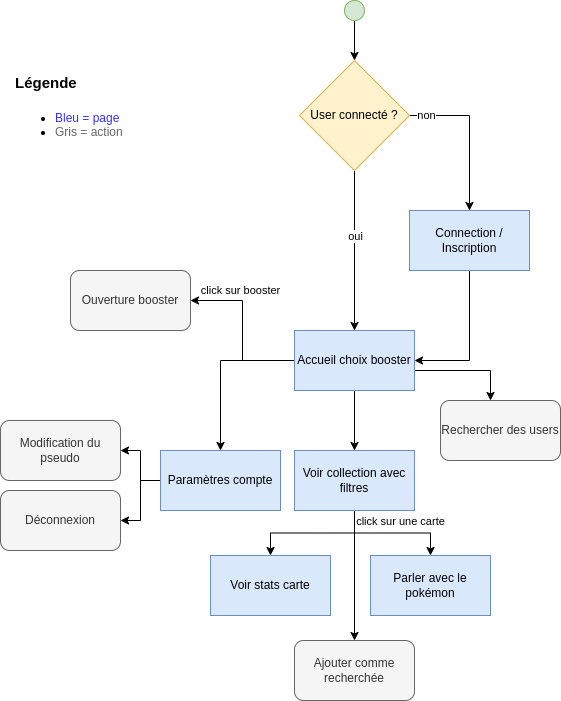
Before: commun/Plan-app.drawio.png, a diagram exported from draw.io (PolLamothe/Pokapi). Source tidied: cells renumbered, new cells last; positions are measured from the earlier drawing's top-left corner, leaving out a move shared by most shapes. Source of this version:
```xml
<mxGraphModel>
  <root>
    <mxCell id="0" />
    <mxCell id="1" parent="0" />
    <mxCell id="2" style="edgeStyle=orthogonalEdgeStyle;rounded=0;jettySize=auto;html=1;entryX=1;entryY=0.5;entryDx=0;entryDy=0;" parent="1" edge="1" source="3" target="14">
      <mxGeometry relative="1" as="geometry" />
    </mxCell>
    <mxCell id="3" value="Connection / Inscription" style="rounded=0;whiteSpace=wrap;html=1;fillColor=#dae8fc;strokeColor=#6c8ebf;" parent="1" vertex="1">
      <mxGeometry x="409" y="210" width="120" height="60" as="geometry" />
    </mxCell>
    <mxCell id="4" style="edgeStyle=orthogonalEdgeStyle;rounded=0;jettySize=auto;html=1;entryX=0.5;entryY=0;entryDx=0;entryDy=0;" parent="1" edge="1" source="8" target="3">
      <mxGeometry relative="1" as="geometry">
        <Array as="points">
          <mxPoint x="469" y="115" />
        </Array>
      </mxGeometry>
    </mxCell>
    <mxCell id="5" value="non" style="edgeLabel;html=1;align=center;verticalAlign=middle;" parent="4" vertex="1">
      <mxGeometry x="-0.78" relative="1" as="geometry" />
    </mxCell>
    <mxCell id="6" style="edgeStyle=orthogonalEdgeStyle;rounded=0;jettySize=auto;html=1;" parent="1" edge="1" source="8" target="14">
      <mxGeometry relative="1" as="geometry" />
    </mxCell>
    <mxCell id="7" value="oui" style="edgeLabel;html=1;align=center;verticalAlign=middle;" parent="6" vertex="1">
      <mxGeometry x="-0.17" y="1" relative="1" as="geometry" />
    </mxCell>
    <mxCell id="8" value="User connecté ?" style="rhombus;whiteSpace=wrap;html=1;fillColor=#fff2cc;strokeColor=#d6b656;" parent="1" vertex="1">
      <mxGeometry x="299" y="60" width="110" height="110" as="geometry" />
    </mxCell>
    <mxCell id="9" style="edgeStyle=orthogonalEdgeStyle;rounded=0;jettySize=auto;html=1;" parent="1" edge="1" source="14" target="19">
      <mxGeometry relative="1" as="geometry" />
    </mxCell>
    <mxCell id="10" style="edgeStyle=orthogonalEdgeStyle;rounded=0;jettySize=auto;html=1;entryX=0.5;entryY=0;entryDx=0;entryDy=0;" parent="1" edge="1" source="14" target="24">
      <mxGeometry relative="1" as="geometry" />
    </mxCell>
    <mxCell id="11" style="edgeStyle=orthogonalEdgeStyle;rounded=0;jettySize=auto;html=1;" parent="1" edge="1" source="14" target="25">
      <mxGeometry relative="1" as="geometry">
        <Array as="points">
          <mxPoint x="490" y="370" />
        </Array>
      </mxGeometry>
    </mxCell>
    <mxCell id="12" style="edgeStyle=orthogonalEdgeStyle;rounded=0;jettySize=auto;html=1;entryX=1;entryY=0.5;entryDx=0;entryDy=0;" parent="1" edge="1" source="14" target="30">
      <mxGeometry relative="1" as="geometry" />
    </mxCell>
    <mxCell id="13" value="click sur booster" style="edgeLabel;html=1;align=center;verticalAlign=middle;" parent="12" vertex="1">
      <mxGeometry x="-0.77" y="1" relative="1" as="geometry">
        <mxPoint x="-35" y="-71" as="offset" />
      </mxGeometry>
    </mxCell>
    <mxCell id="14" value="Accueil choix booster" style="rounded=0;whiteSpace=wrap;html=1;fillColor=#dae8fc;strokeColor=#6c8ebf;" parent="1" vertex="1">
      <mxGeometry x="294" y="330" width="120" height="60" as="geometry" />
    </mxCell>
    <mxCell id="15" style="edgeStyle=orthogonalEdgeStyle;rounded=0;jettySize=auto;html=1;entryX=0.5;entryY=0;entryDx=0;entryDy=0;" parent="1" edge="1" source="16" target="8">
      <mxGeometry relative="1" as="geometry" />
    </mxCell>
    <mxCell id="16" style="ellipse;whiteSpace=wrap;html=1;fillColor=#d5e8d4;strokeColor=#82b366;" parent="1" vertex="1">
      <mxGeometry x="344" width="20" height="20" as="geometry" />
    </mxCell>
    <mxCell id="17" style="edgeStyle=orthogonalEdgeStyle;rounded=0;jettySize=auto;html=1;" parent="1" edge="1" source="19" target="29">
      <mxGeometry relative="1" as="geometry" />
    </mxCell>
    <mxCell id="18" style="edgeStyle=orthogonalEdgeStyle;rounded=0;jettySize=auto;html=1;entryX=1;entryY=0.5;entryDx=0;entryDy=0;" parent="1" edge="1" source="19" target="31">
      <mxGeometry relative="1" as="geometry" />
    </mxCell>
    <mxCell id="19" value="Paramètres compte" style="rounded=0;whiteSpace=wrap;html=1;fillColor=#dae8fc;strokeColor=#6c8ebf;" parent="1" vertex="1">
      <mxGeometry x="160" y="450" width="120" height="60" as="geometry" />
    </mxCell>
    <mxCell id="20" style="edgeStyle=orthogonalEdgeStyle;rounded=0;jettySize=auto;html=1;" parent="1" edge="1" source="24" target="26">
      <mxGeometry relative="1" as="geometry" />
    </mxCell>
    <mxCell id="21" value="click sur une carte" style="edgeLabel;html=1;align=center;verticalAlign=middle;" parent="20" vertex="1">
      <mxGeometry x="-0.43" y="-1" relative="1" as="geometry">
        <mxPoint x="60" y="-11" as="offset" />
      </mxGeometry>
    </mxCell>
    <mxCell id="22" style="edgeStyle=orthogonalEdgeStyle;rounded=0;jettySize=auto;html=1;" parent="1" edge="1" source="24" target="27">
      <mxGeometry relative="1" as="geometry" />
    </mxCell>
    <mxCell id="23" style="edgeStyle=orthogonalEdgeStyle;rounded=0;jettySize=auto;html=1;" parent="1" edge="1" source="24" target="28">
      <mxGeometry relative="1" as="geometry" />
    </mxCell>
    <mxCell id="24" value="Voir collection avec filtres" style="rounded=0;whiteSpace=wrap;html=1;fillColor=#dae8fc;strokeColor=#6c8ebf;" parent="1" vertex="1">
      <mxGeometry x="294" y="450" width="120" height="60" as="geometry" />
    </mxCell>
    <mxCell id="25" value="Rechercher des users" style="rounded=1;whiteSpace=wrap;html=1;fillColor=#f5f5f5;fontColor=#333333;strokeColor=#666666;" parent="1" vertex="1">
      <mxGeometry x="440" y="400" width="120" height="60" as="geometry" />
    </mxCell>
    <mxCell id="26" value="Voir stats carte" style="rounded=0;whiteSpace=wrap;html=1;fillColor=#dae8fc;strokeColor=#6c8ebf;" parent="1" vertex="1">
      <mxGeometry x="210" y="555" width="120" height="60" as="geometry" />
    </mxCell>
    <mxCell id="27" value="Ajouter comme recherchée" style="rounded=1;whiteSpace=wrap;html=1;fillColor=#f5f5f5;fontColor=#333333;strokeColor=#666666;" parent="1" vertex="1">
      <mxGeometry x="294" y="640" width="120" height="60" as="geometry" />
    </mxCell>
    <mxCell id="28" value="Parler avec le pokémon" style="rounded=0;whiteSpace=wrap;html=1;fillColor=#dae8fc;strokeColor=#6c8ebf;" parent="1" vertex="1">
      <mxGeometry x="370" y="555" width="120" height="60" as="geometry" />
    </mxCell>
    <mxCell id="29" value="Modification du pseudo" style="whiteSpace=wrap;html=1;rounded=1;fillColor=#f5f5f5;fontColor=#333333;strokeColor=#666666;" parent="1" vertex="1">
      <mxGeometry y="420" width="120" height="60" as="geometry" />
    </mxCell>
    <mxCell id="30" value="Ouverture booster" style="whiteSpace=wrap;html=1;rounded=1;fillColor=#f5f5f5;fontColor=#333333;strokeColor=#666666;" parent="1" vertex="1">
      <mxGeometry x="70" y="270" width="120" height="60" as="geometry" />
    </mxCell>
    <mxCell id="31" value="Déconnexion" style="whiteSpace=wrap;html=1;rounded=1;fillColor=#f5f5f5;fontColor=#333333;strokeColor=#666666;" parent="1" vertex="1">
      <mxGeometry y="490" width="120" height="60" as="geometry" />
    </mxCell>
    <mxCell id="32" value="&lt;h1&gt;&lt;font style=&quot;font-size: 15px;&quot;&gt;Légende&lt;/font&gt;&lt;/h1&gt;&lt;p&gt;&lt;/p&gt;&lt;ul&gt;&lt;li&gt;&lt;font color=&quot;#3333ff&quot;&gt;Bleu = page&lt;/font&gt;&lt;/li&gt;&lt;li&gt;&lt;font color=&quot;#666666&quot;&gt;Gris = action&lt;/font&gt;&lt;/li&gt;&lt;/ul&gt;&lt;p&gt;&lt;/p&gt;" style="text;html=1;strokeColor=none;fillColor=none;spacing=5;spacingTop=-20;whiteSpace=wrap;overflow=hidden;rounded=0;" parent="1" vertex="1">
      <mxGeometry x="10" y="60" width="190" height="120" as="geometry" />
    </mxCell>
  </root>
</mxGraphModel>
```
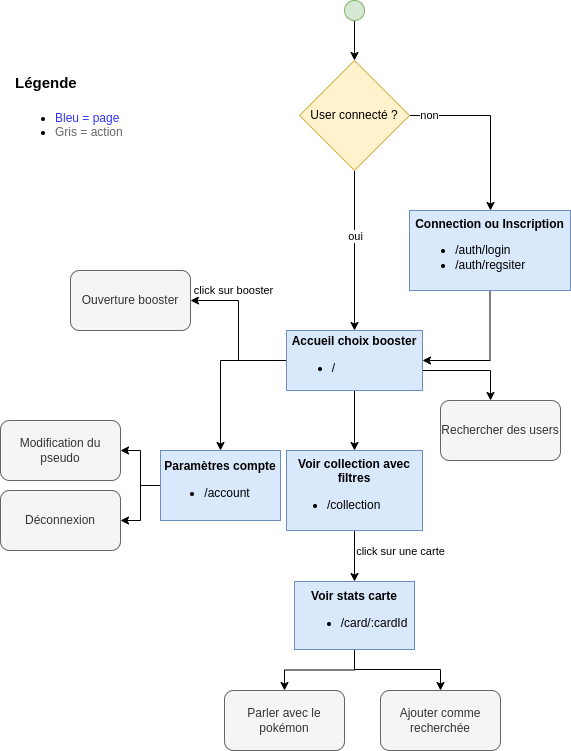
Above is the later version.

Change to the diagram source:
```diff
@@ -5,13 +5,14 @@
     <mxCell id="2" style="edgeStyle=orthogonalEdgeStyle;rounded=0;jettySize=auto;html=1;entryX=1;entryY=0.5;entryDx=0;entryDy=0;" parent="1" edge="1" source="3" target="14">
       <mxGeometry relative="1" as="geometry" />
     </mxCell>
-    <mxCell id="3" value="Connection / Inscription" style="rounded=0;whiteSpace=wrap;html=1;fillColor=#dae8fc;strokeColor=#6c8ebf;" parent="1" vertex="1">
-      <mxGeometry x="409" y="210" width="120" height="60" as="geometry" />
+    <mxCell id="3" value="&lt;b&gt;Connection ou Inscription&lt;br&gt;&lt;/b&gt;&lt;ul&gt;&lt;li style=&quot;text-align: left;&quot;&gt;/auth/login&lt;/li&gt;&lt;li style=&quot;text-align: left;&quot;&gt;/auth/regsiter&lt;/li&gt;&lt;/ul&gt;" style="rounded=0;whiteSpace=wrap;html=1;fillColor=#dae8fc;strokeColor=#6c8ebf;" parent="1" vertex="1">
+      <mxGeometry x="409" y="210" width="161" height="80" as="geometry" />
     </mxCell>
     <mxCell id="4" style="edgeStyle=orthogonalEdgeStyle;rounded=0;jettySize=auto;html=1;entryX=0.5;entryY=0;entryDx=0;entryDy=0;" parent="1" edge="1" source="8" target="3">
       <mxGeometry relative="1" as="geometry">
         <Array as="points">
-          <mxPoint x="469" y="115" />
+          <mxPoint x="490" y="115" />
+          <mxPoint x="490" y="210" />
         </Array>
       </mxGeometry>
     </mxCell>
@@ -30,9 +31,6 @@
     <mxCell id="9" style="edgeStyle=orthogonalEdgeStyle;rounded=0;jettySize=auto;html=1;" parent="1" edge="1" source="14" target="19">
       <mxGeometry relative="1" as="geometry" />
     </mxCell>
-    <mxCell id="10" style="edgeStyle=orthogonalEdgeStyle;rounded=0;jettySize=auto;html=1;entryX=0.5;entryY=0;entryDx=0;entryDy=0;" parent="1" edge="1" source="14" target="24">
-      <mxGeometry relative="1" as="geometry" />
-    </mxCell>
     <mxCell id="11" style="edgeStyle=orthogonalEdgeStyle;rounded=0;jettySize=auto;html=1;" parent="1" edge="1" source="14" target="25">
       <mxGeometry relative="1" as="geometry">
         <Array as="points">
@@ -48,8 +46,11 @@
         <mxPoint x="-35" y="-71" as="offset" />
       </mxGeometry>
     </mxCell>
+    <mxCell id="10" style="edgeStyle=orthogonalEdgeStyle;rounded=0;jettySize=auto;html=1;" parent="1" edge="1" source="14" target="24">
+      <mxGeometry relative="1" as="geometry" />
+    </mxCell>
-    <mxCell id="14" value="Accueil choix booster" style="rounded=0;whiteSpace=wrap;html=1;fillColor=#dae8fc;strokeColor=#6c8ebf;" parent="1" vertex="1">
-      <mxGeometry x="294" y="330" width="120" height="60" as="geometry" />
+    <mxCell id="14" value="&lt;b&gt;Accueil choix booster&lt;br&gt;&lt;/b&gt;&lt;ul&gt;&lt;li style=&quot;text-align: left;&quot;&gt;/&lt;/li&gt;&lt;/ul&gt;" style="rounded=0;whiteSpace=wrap;html=1;fillColor=#dae8fc;strokeColor=#6c8ebf;" parent="1" vertex="1">
+      <mxGeometry x="286" y="330" width="136" height="60" as="geometry" />
     </mxCell>
     <mxCell id="15" style="edgeStyle=orthogonalEdgeStyle;rounded=0;jettySize=auto;html=1;entryX=0.5;entryY=0;entryDx=0;entryDy=0;" parent="1" edge="1" source="16" target="8">
       <mxGeometry relative="1" as="geometry" />
@@ -63,37 +64,42 @@
     <mxCell id="18" style="edgeStyle=orthogonalEdgeStyle;rounded=0;jettySize=auto;html=1;entryX=1;entryY=0.5;entryDx=0;entryDy=0;" parent="1" edge="1" source="19" target="31">
       <mxGeometry relative="1" as="geometry" />
     </mxCell>
-    <mxCell id="19" value="Paramètres compte" style="rounded=0;whiteSpace=wrap;html=1;fillColor=#dae8fc;strokeColor=#6c8ebf;" parent="1" vertex="1">
-      <mxGeometry x="160" y="450" width="120" height="60" as="geometry" />
+    <mxCell id="19" value="&lt;b&gt;Paramètres compte&lt;/b&gt;&lt;br&gt;&lt;ul style=&quot;&quot;&gt;&lt;li style=&quot;text-align: left;&quot;&gt;/account&lt;/li&gt;&lt;/ul&gt;" style="rounded=0;whiteSpace=wrap;html=1;fillColor=#dae8fc;strokeColor=#6c8ebf;" parent="1" vertex="1">
+      <mxGeometry x="160" y="450" width="120" height="70" as="geometry" />
     </mxCell>
     <mxCell id="20" style="edgeStyle=orthogonalEdgeStyle;rounded=0;jettySize=auto;html=1;" parent="1" edge="1" source="24" target="26">
       <mxGeometry relative="1" as="geometry" />
     </mxCell>
     <mxCell id="21" value="click sur une carte" style="edgeLabel;html=1;align=center;verticalAlign=middle;" parent="20" vertex="1">
       <mxGeometry x="-0.43" y="-1" relative="1" as="geometry">
-        <mxPoint x="60" y="-11" as="offset" />
+        <mxPoint x="47" y="6" as="offset" />
       </mxGeometry>
     </mxCell>
-    <mxCell id="22" style="edgeStyle=orthogonalEdgeStyle;rounded=0;jettySize=auto;html=1;" parent="1" edge="1" source="24" target="27">
-      <mxGeometry relative="1" as="geometry" />
-    </mxCell>
-    <mxCell id="23" style="edgeStyle=orthogonalEdgeStyle;rounded=0;jettySize=auto;html=1;" parent="1" edge="1" source="24" target="28">
-      <mxGeometry relative="1" as="geometry" />
-    </mxCell>
-    <mxCell id="24" value="Voir collection avec filtres" style="rounded=0;whiteSpace=wrap;html=1;fillColor=#dae8fc;strokeColor=#6c8ebf;" parent="1" vertex="1">
-      <mxGeometry x="294" y="450" width="120" height="60" as="geometry" />
+    <mxCell id="24" value="&lt;b&gt;Voir collection avec filtres&lt;/b&gt;&lt;br&gt;&lt;ul style=&quot;&quot;&gt;&lt;li style=&quot;text-align: left;&quot;&gt;/collection&lt;/li&gt;&lt;/ul&gt;" style="rounded=0;whiteSpace=wrap;html=1;fillColor=#dae8fc;strokeColor=#6c8ebf;" parent="1" vertex="1">
+      <mxGeometry x="286" y="450" width="136" height="80" as="geometry" />
     </mxCell>
     <mxCell id="25" value="Rechercher des users" style="rounded=1;whiteSpace=wrap;html=1;fillColor=#f5f5f5;fontColor=#333333;strokeColor=#666666;" parent="1" vertex="1">
       <mxGeometry x="440" y="400" width="120" height="60" as="geometry" />
     </mxCell>
+    <mxCell id="33" style="edgeStyle=orthogonalEdgeStyle;rounded=0;jettySize=auto;html=1;" parent="1" edge="1" source="26" target="28">
+      <mxGeometry relative="1" as="geometry" />
+    </mxCell>
+    <mxCell id="34" style="edgeStyle=orthogonalEdgeStyle;rounded=0;jettySize=auto;html=1;" parent="1" edge="1" source="26" target="27">
+      <mxGeometry relative="1" as="geometry">
+        <Array as="points">
+          <mxPoint x="354" y="669" />
+          <mxPoint x="440" y="669" />
+        </Array>
+      </mxGeometry>
+    </mxCell>
-    <mxCell id="26" value="Voir stats carte" style="rounded=0;whiteSpace=wrap;html=1;fillColor=#dae8fc;strokeColor=#6c8ebf;" parent="1" vertex="1">
-      <mxGeometry x="210" y="555" width="120" height="60" as="geometry" />
+    <mxCell id="26" value="&lt;b&gt;Voir stats carte&lt;/b&gt;&lt;br&gt;&lt;ul style=&quot;&quot;&gt;&lt;li style=&quot;text-align: left; border-color: var(--border-color);&quot;&gt;/card/:cardId&lt;/li&gt;&lt;/ul&gt;" style="rounded=0;whiteSpace=wrap;html=1;fillColor=#dae8fc;strokeColor=#6c8ebf;" parent="1" vertex="1">
+      <mxGeometry x="294" y="581" width="120" height="68" as="geometry" />
     </mxCell>
     <mxCell id="27" value="Ajouter comme recherchée" style="rounded=1;whiteSpace=wrap;html=1;fillColor=#f5f5f5;fontColor=#333333;strokeColor=#666666;" parent="1" vertex="1">
-      <mxGeometry x="294" y="640" width="120" height="60" as="geometry" />
+      <mxGeometry x="380" y="690" width="120" height="60" as="geometry" />
     </mxCell>
-    <mxCell id="28" value="Parler avec le pokémon" style="rounded=0;whiteSpace=wrap;html=1;fillColor=#dae8fc;strokeColor=#6c8ebf;" parent="1" vertex="1">
-      <mxGeometry x="370" y="555" width="120" height="60" as="geometry" />
+    <mxCell id="28" value="Parler avec le pokémon" style="rounded=1;whiteSpace=wrap;html=1;fillColor=#f5f5f5;strokeColor=#666666;fontColor=#333333;" parent="1" vertex="1">
+      <mxGeometry x="224" y="690" width="120" height="60" as="geometry" />
     </mxCell>
     <mxCell id="29" value="Modification du pseudo" style="whiteSpace=wrap;html=1;rounded=1;fillColor=#f5f5f5;fontColor=#333333;strokeColor=#666666;" parent="1" vertex="1">
       <mxGeometry y="420" width="120" height="60" as="geometry" />
```
